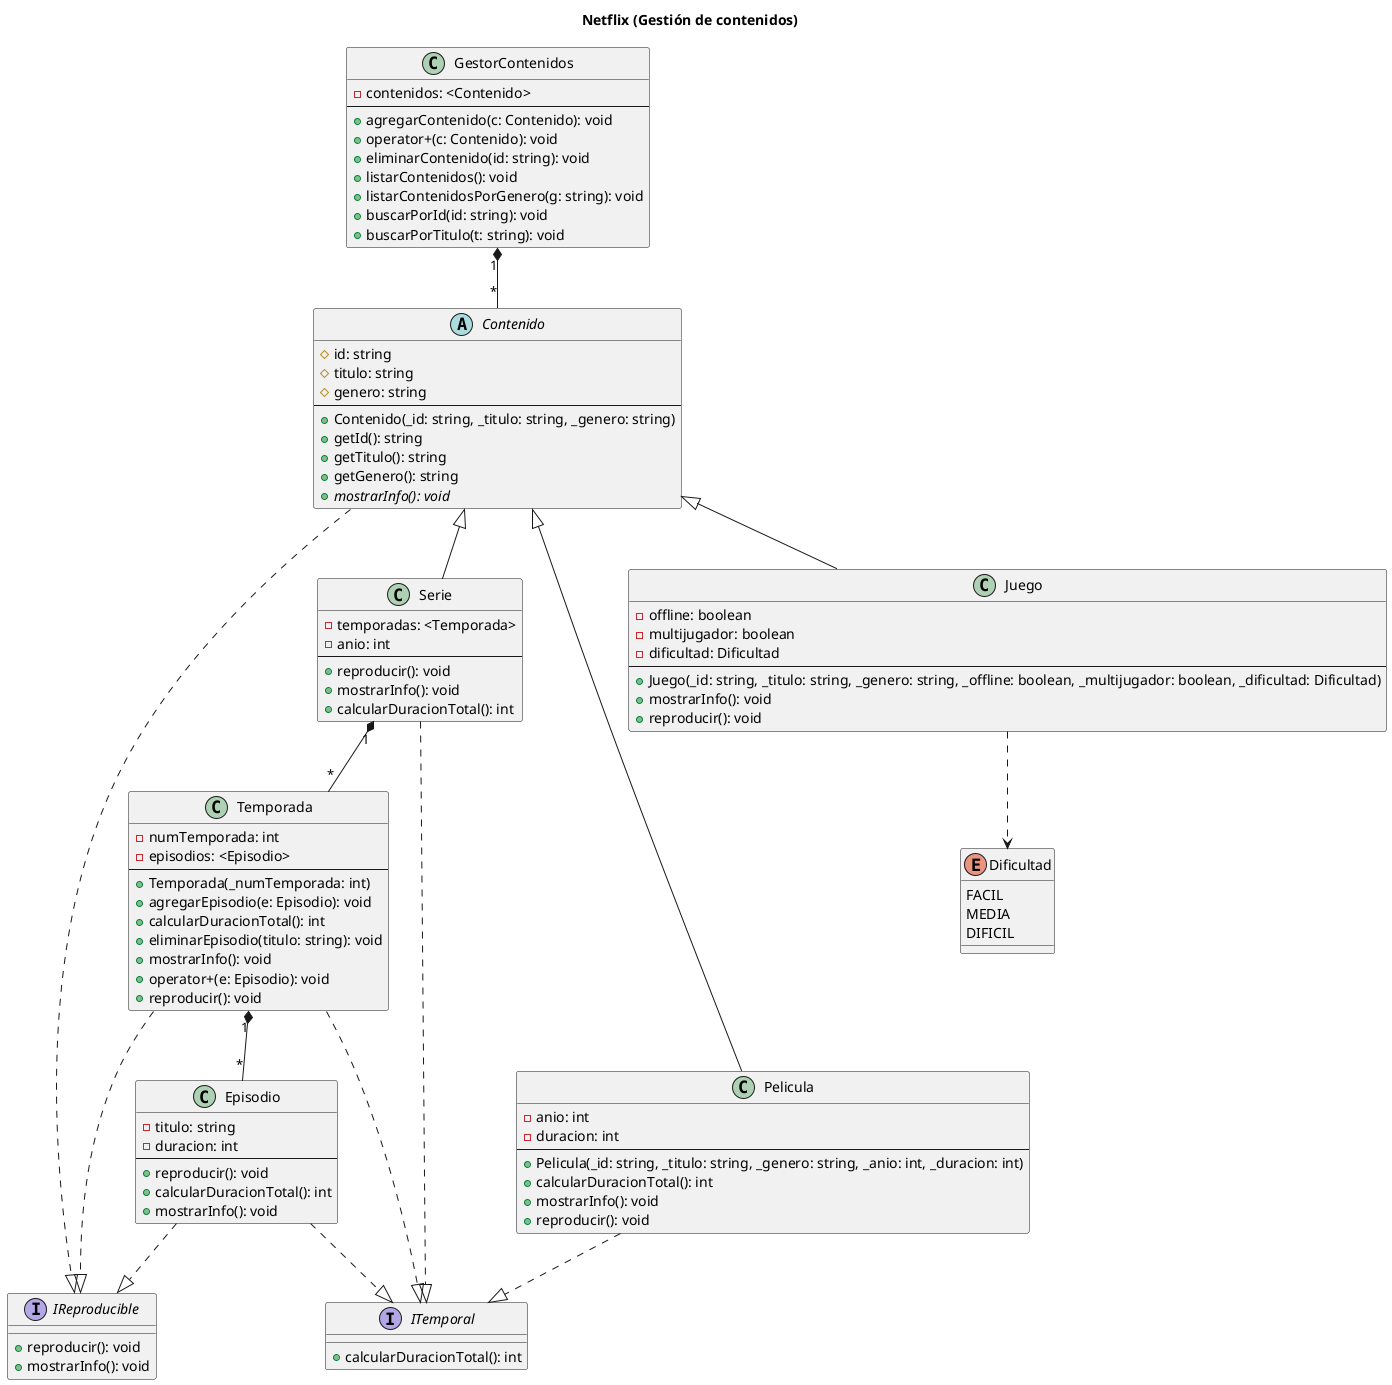
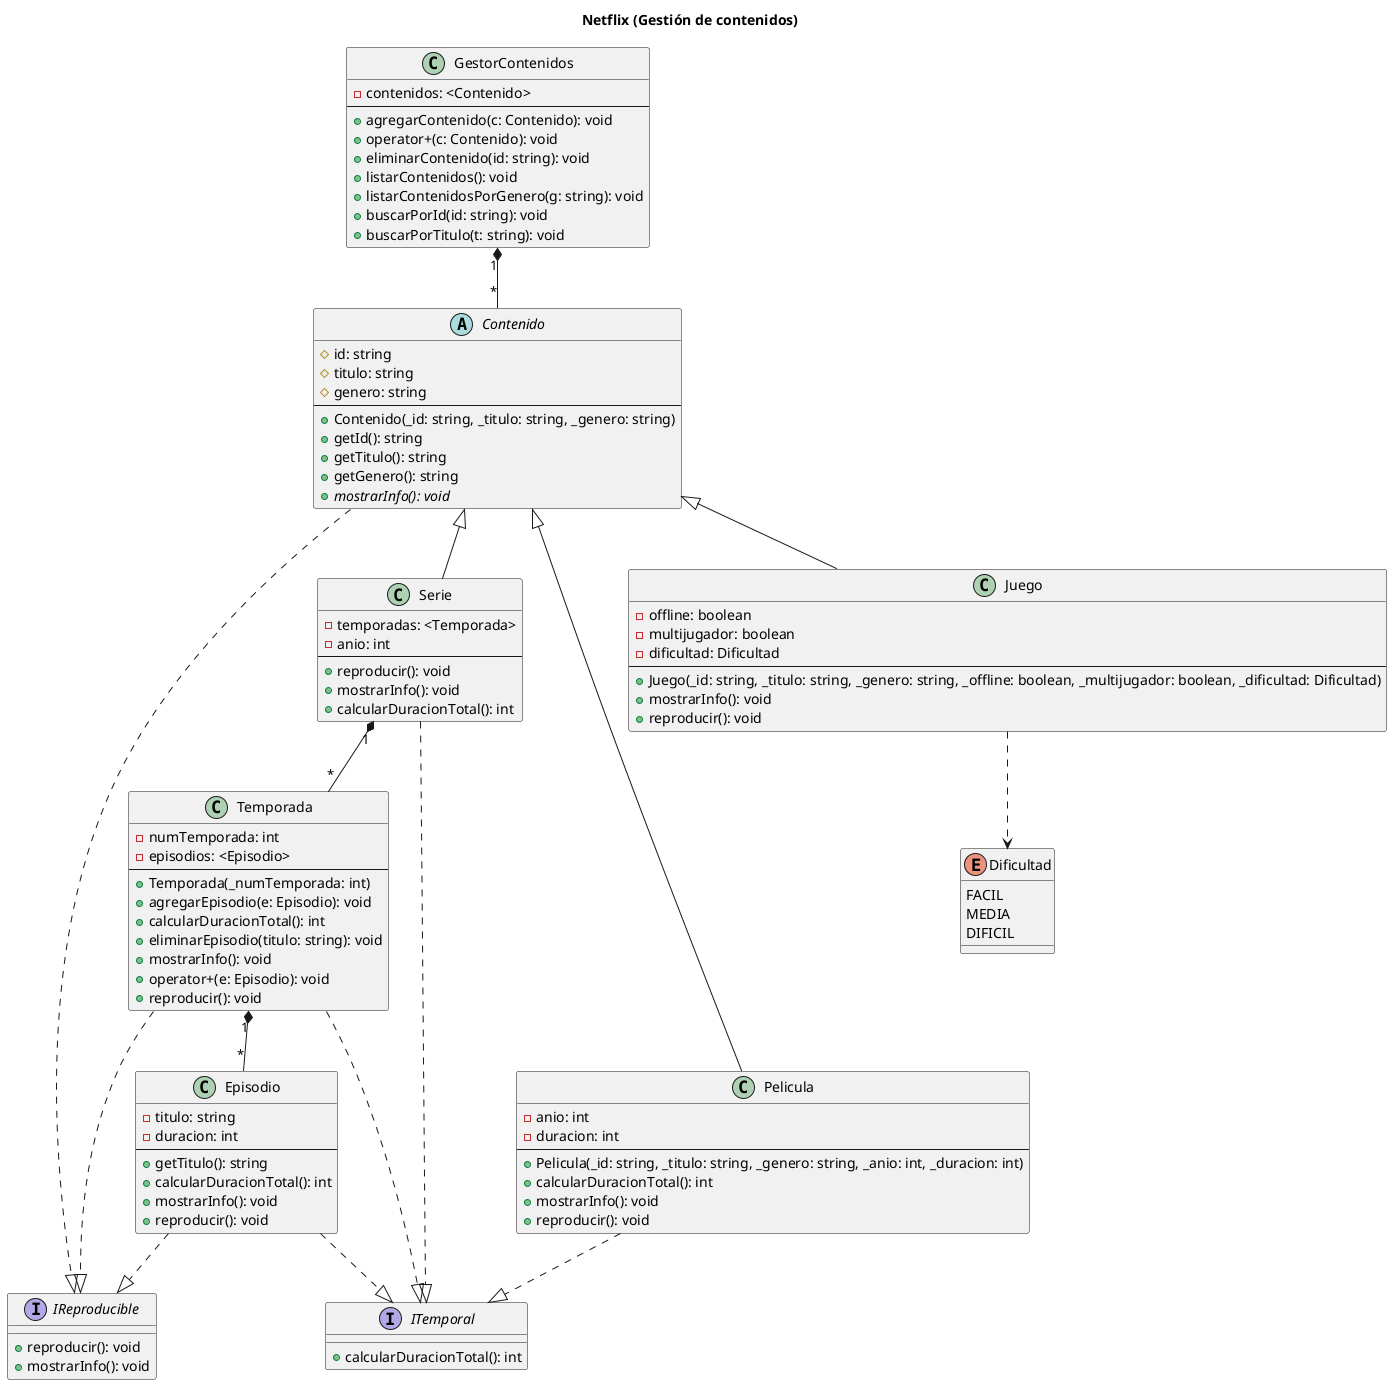
@startuml gestor_streaming
title Netflix (Gestión de contenidos)

interface IReproducible {
  + reproducir(): void
  + mostrarInfo(): void
}

interface ITemporal {
  + calcularDuracionTotal(): int
}

abstract class Contenido {
  # id: string
  # titulo: string
  # genero: string
  ---
  + Contenido(_id: string, _titulo: string, _genero: string)
  + getId(): string
  + getTitulo(): string
  + getGenero(): string
  + {abstract} mostrarInfo(): void
}

class GestorContenidos {
  - contenidos: <Contenido>
  ---
  + agregarContenido(c: Contenido): void
  + operator+(c: Contenido): void
  + eliminarContenido(id: string): void
  + listarContenidos(): void
  + listarContenidosPorGenero(g: string): void
  + buscarPorId(id: string): void
  + buscarPorTitulo(t: string): void
}

class Pelicula {
  - anio: int
  - duracion: int
  ---
  + Pelicula(_id: string, _titulo: string, _genero: string, _anio: int, _duracion: int)
  + calcularDuracionTotal(): int
  + mostrarInfo(): void
  + reproducir(): void
}

class Serie {
  - temporadas: <Temporada>
  - anio: int
  ---
  + reproducir(): void
  + mostrarInfo(): void
  + calcularDuracionTotal(): int
}

class Juego {
  - offline: boolean
  - multijugador: boolean
  - dificultad: Dificultad
  ---
  + Juego(_id: string, _titulo: string, _genero: string, _offline: boolean, _multijugador: boolean, _dificultad: Dificultad)
  + mostrarInfo(): void
  + reproducir(): void
}

enum Dificultad {
  FACIL
  MEDIA
  DIFICIL
}

class Temporada {
  - numTemporada: int
  - episodios: <Episodio>
  ---
  + Temporada(_numTemporada: int)
  + agregarEpisodio(e: Episodio): void
  + calcularDuracionTotal(): int
  + eliminarEpisodio(titulo: string): void
  + mostrarInfo(): void
  + operator+(e: Episodio): void
  + reproducir(): void
}

class Episodio {
  - titulo: string
  - duracion: int
  ---
-   + reproducir(): void
+   + getTitulo(): string
  + calcularDuracionTotal(): int
  + mostrarInfo(): void
+   + reproducir(): void
}

' Jerarquía principal
Contenido <|-- Pelicula
Contenido <|-- Serie
Contenido <|-- Juego

' Interfaces
Contenido ..|> IReproducible
Episodio ..|> IReproducible
Temporada ..|> IReproducible

Pelicula ..|> ITemporal
Serie ..|> ITemporal
Temporada ..|> ITemporal
Episodio ..|> ITemporal

' Composiciones
GestorContenidos "1" *-- "*" Contenido
Serie "1" *-- "*" Temporada
Temporada "1" *-- "*" Episodio

' Dependencia
Juego ..> Dificultad

@enduml